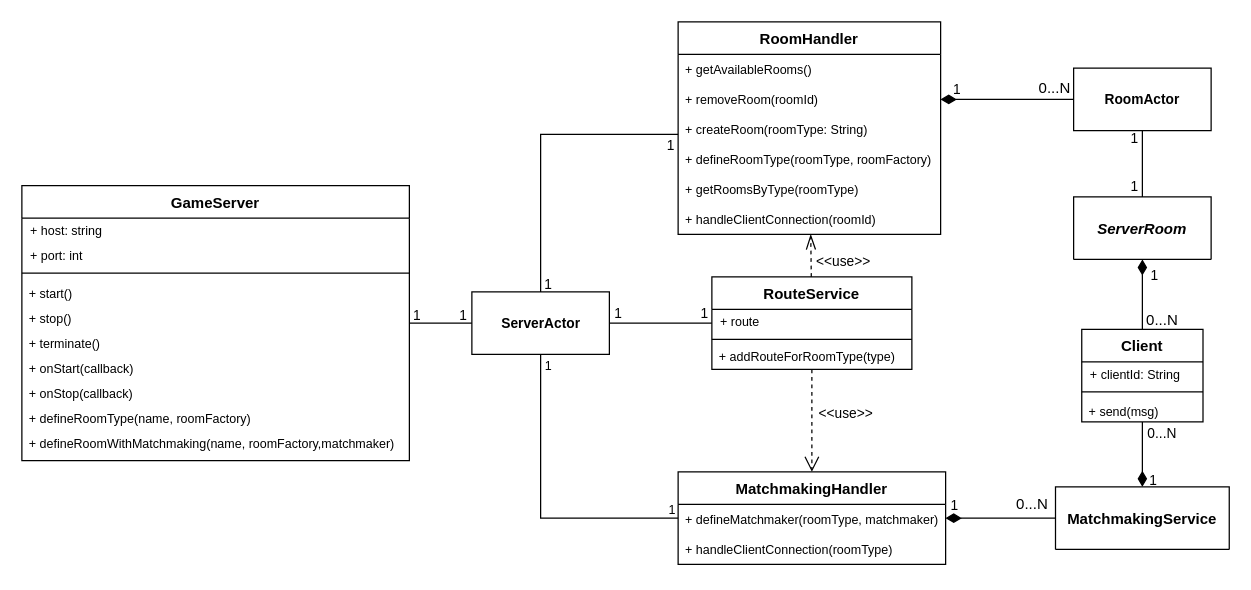
The draw.io diagram page "design" (2 of 2) of doc/diagrams/server/server_class.drawio in StefanoSalvatori/PPS-18-scala-omg, before the edit. Source tidied: cells renumbered, new cells numbered last; positions are measured from the earlier drawing's top-left corner, leaving out a move shared by most shapes. Both pictures are drawn from the tidied source at 125%, with x=0, y=0 at pixel (21, 21).
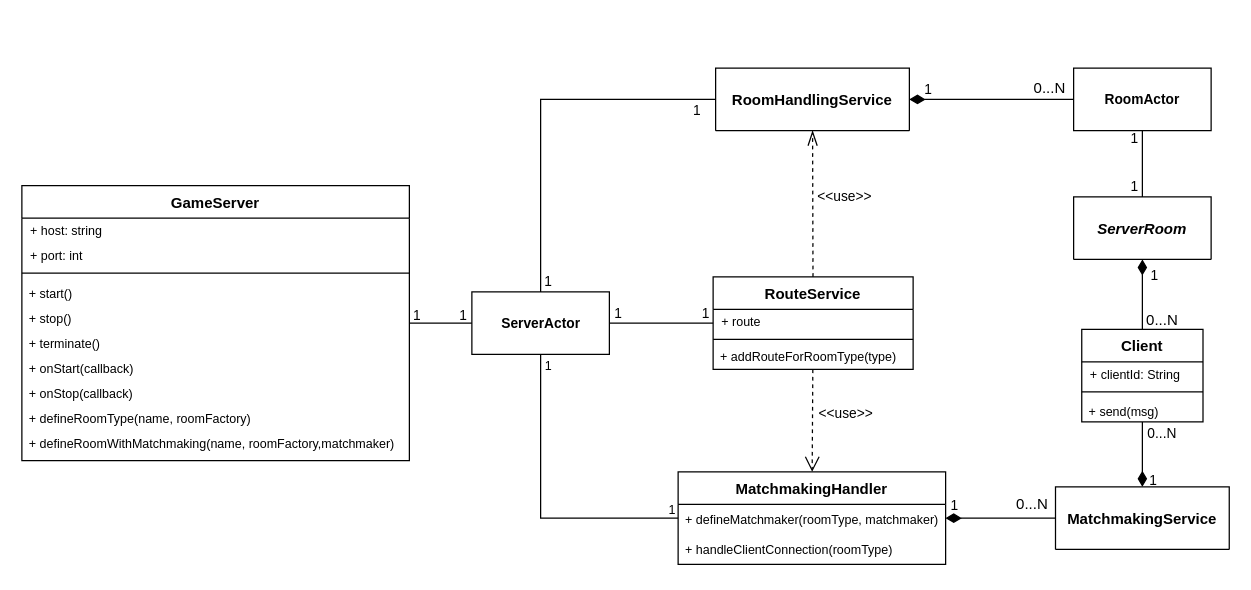
The same page after the edit.

Commit message (it also covers changes not shown here):
Modified doc to describe RoomHandlingService instead of RoomHandler

The change refers to these unchanged cells:
```xml
<mxCell id="9" value="ServerActor" style="html=1;fontSize=11;fontStyle=1;" parent="1" vertex="1">
  <mxGeometry x="360" y="216" width="110" height="50" as="geometry" />
</mxCell>
<mxCell id="24" value="RoomActor" style="html=1;fontSize=11;fontStyle=1;" parent="1" vertex="1">
  <mxGeometry x="841.4" y="37" width="110" height="50" as="geometry" />
</mxCell>
```

Diff of the diagram source:
```diff
@@
     <mxCell id="10" style="rounded=0;jettySize=auto;html=1;endArrow=none;endFill=0;fontSize=11;startArrow=none;startFill=0;strokeWidth=1;endSize=6;startSize=10;edgeStyle=orthogonalEdgeStyle;" parent="1" edge="1" source="9" target="39">
       <mxGeometry relative="1" as="geometry">
         <Array as="points">
-          <mxPoint x="415" y="90" />
+          <mxPoint x="415" y="62" />
         </Array>
       </mxGeometry>
     </mxCell>
@@
-    <mxCell id="18" style="rounded=0;jettySize=auto;html=1;endArrow=none;endFill=0;fontSize=11;startArrow=diamondThin;startFill=1;strokeWidth=1;endSize=6;startSize=10;exitX=1;exitY=0.5;exitDx=0;exitDy=0;" parent="1" edge="1" source="41" target="24">
+    <mxCell id="18" style="rounded=0;jettySize=auto;html=1;endArrow=none;endFill=0;fontSize=11;startArrow=diamondThin;startFill=1;strokeWidth=1;endSize=6;startSize=10;" parent="1" edge="1" source="39" target="24">
       <mxGeometry relative="1" as="geometry" />
     </mxCell>
@@
-    <mxCell id="39" value="RoomHandler" style="swimlane;fontStyle=1;align=center;verticalAlign=top;horizontal=1;startSize=26;labelBackgroundColor=#ffffff;fillColor=#ffffff;" parent="1" vertex="1">
-      <mxGeometry x="525" width="210" height="170" as="geometry" />
-    </mxCell>
-    <mxCell id="40" value="+ getAvailableRooms()" style="text;strokeColor=none;fillColor=none;align=left;verticalAlign=top;spacingLeft=4;spacingRight=4;overflow=hidden;fontSize=10;" parent="39" vertex="1">
-      <mxGeometry y="26" width="210" height="24" as="geometry" />
-    </mxCell>
-    <mxCell id="41" value="+ removeRoom(roomId)" style="text;strokeColor=none;fillColor=none;align=left;verticalAlign=top;spacingLeft=4;spacingRight=4;overflow=hidden;points=[[0,0.5],[1,0.5]];portConstraint=eastwest;fontSize=10;labelBackgroundColor=none;" parent="39" vertex="1">
-      <mxGeometry y="50" width="210" height="24" as="geometry" />
-    </mxCell>
-    <mxCell id="42" value="+ createRoom(roomType: String)&#10;" style="text;strokeColor=none;fillColor=none;align=left;verticalAlign=top;spacingLeft=4;spacingRight=4;overflow=hidden;fontSize=10;" parent="39" vertex="1">
-      <mxGeometry y="74" width="210" height="24" as="geometry" />
-    </mxCell>
-    <mxCell id="43" value="+ defineRoomType(roomType, roomFactory)&#10;" style="text;strokeColor=none;fillColor=none;align=left;verticalAlign=top;spacingLeft=4;spacingRight=4;overflow=hidden;fontSize=10;" parent="39" vertex="1">
-      <mxGeometry y="98" width="210" height="24" as="geometry" />
-    </mxCell>
-    <mxCell id="44" value="+ getRoomsByType(roomType)" style="text;strokeColor=none;fillColor=none;align=left;verticalAlign=top;spacingLeft=4;spacingRight=4;overflow=hidden;fontSize=10;" parent="39" vertex="1">
-      <mxGeometry y="122" width="210" height="24" as="geometry" />
-    </mxCell>
-    <mxCell id="45" value="+ handleClientConnection(roomId)" style="text;strokeColor=none;fillColor=none;align=left;verticalAlign=top;spacingLeft=4;spacingRight=4;overflow=hidden;fontSize=10;" parent="39" vertex="1">
-      <mxGeometry y="146" width="210" height="24" as="geometry" />
-    </mxCell>
     <mxCell id="46" value="RouteService" style="swimlane;fontStyle=1;align=center;verticalAlign=top;horizontal=1;startSize=26;labelBackgroundColor=none;" parent="1" vertex="1">
-      <mxGeometry x="552" y="204" width="160" height="74" as="geometry" />
+      <mxGeometry x="553" y="204" width="160" height="74" as="geometry" />
     </mxCell>
@@
+    <mxCell id="39" value="RoomHandlingService" style="swimlane;fontStyle=1;align=center;verticalAlign=middle;horizontal=1;startSize=50;labelBackgroundColor=#ffffff;fillColor=#ffffff;" parent="1" vertex="1">
+      <mxGeometry x="555" y="37" width="155" height="50" as="geometry" />
+    </mxCell>
```
